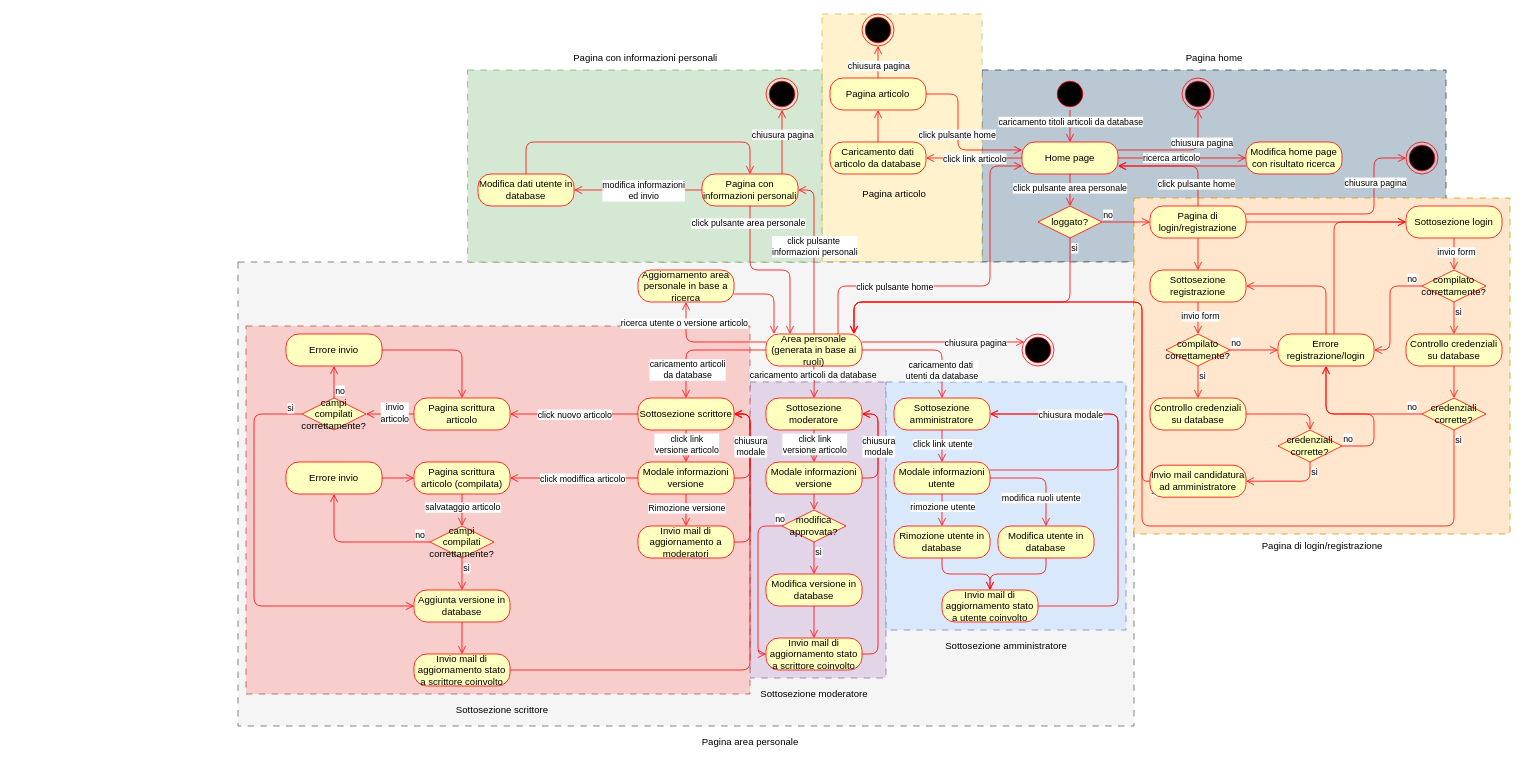
The draw.io diagram docs/UML/wikistudenti_stato.drawio in LucaAvveduto/5C_WikiStudenti_Avveduto_Barani_Brambilla_Cecire, before the edit. Source tidied: cells renumbered, new cells numbered last; positions are measured from the earlier drawing's top-left corner, leaving out a move shared by most shapes. Both pictures are drawn from the tidied source at 80%, with x=0, y=0 at pixel (238, 14).
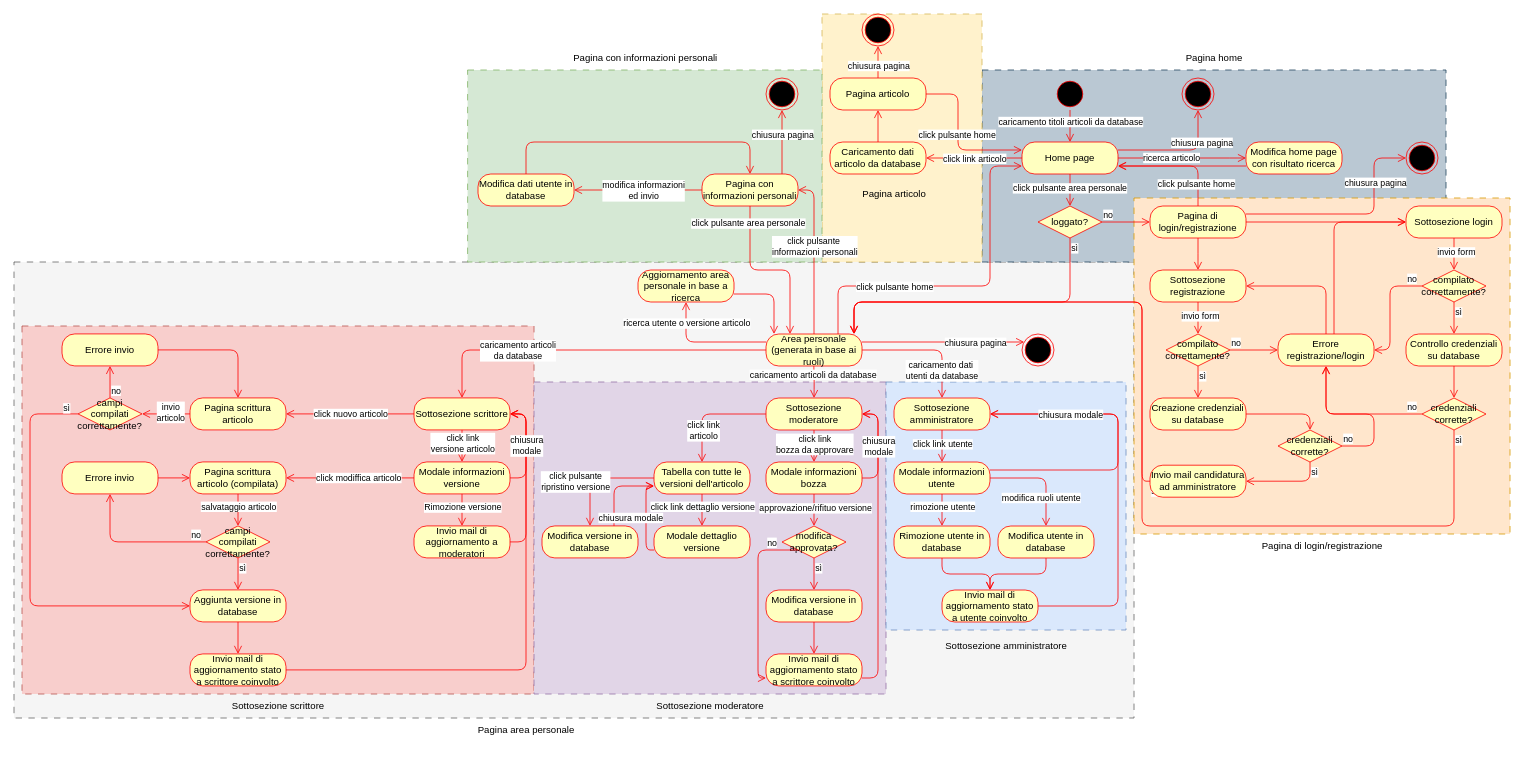
The same page after the edit.

Unchanged cells that the change refers to:
```xml
<mxCell id="62" value="Area personale (generata in base ai ruoli)" style="rounded=1;whiteSpace=wrap;html=1;arcSize=40;fontColor=#000000;fillColor=#ffffc0;strokeColor=#ff0000;" parent="1" vertex="1">
  <mxGeometry x="660" y="400" width="120" height="40" as="geometry" />
</mxCell>
<mxCell id="69" value="Sottosezione moderatore" style="rounded=1;whiteSpace=wrap;html=1;arcSize=40;fontColor=#000000;fillColor=#ffffc0;strokeColor=#ff0000;" parent="1" vertex="1">
  <mxGeometry x="660" y="480" width="120" height="40" as="geometry" />
</mxCell>
<mxCell id="90" style="edgeStyle=orthogonalEdgeStyle;html=1;verticalAlign=bottom;endArrow=open;endSize=8;strokeColor=#ff0000;" parent="1" edge="1" source="69" target="89">
  <mxGeometry relative="1" as="geometry" />
</mxCell>
<mxCell id="99" style="edgeStyle=orthogonalEdgeStyle;html=1;verticalAlign=bottom;endArrow=open;endSize=8;strokeColor=#ff0000;" parent="1" edge="1" source="62" target="98">
  <mxGeometry relative="1" as="geometry">
    <Array as="points">
      <mxPoint x="560" y="410" />
    </Array>
  </mxGeometry>
</mxCell>
<mxCell id="118" style="edgeStyle=orthogonalEdgeStyle;html=1;align=left;verticalAlign=top;endArrow=open;endSize=8;strokeColor=#ff0000;" parent="1" edge="1" source="89" target="115">
  <mxGeometry x="-1" relative="1" as="geometry" />
</mxCell>
```

Change to the diagram source:
```diff
@@
+    <mxCell id="4" style="rounded=0;whiteSpace=wrap;html=1;fillColor=#f5f5f5;strokeColor=#666666;dashed=1;dashPattern=8 8;fontColor=#333333;" parent="1" vertex="1">
+      <mxGeometry x="-280" y="310" width="1400" height="570" as="geometry" />
+    </mxCell>
+    <mxCell id="171" style="rounded=0;whiteSpace=wrap;html=1;fillColor=#f8cecc;strokeColor=#b85450;dashed=1;dashPattern=8 8;" parent="1" vertex="1">
+      <mxGeometry x="-270" y="390" width="640" height="460" as="geometry" />
+    </mxCell>
@@
-    <mxCell id="4" style="rounded=0;whiteSpace=wrap;html=1;fillColor=#f5f5f5;strokeColor=#666666;dashed=1;dashPattern=8 8;fontColor=#333333;" parent="1" vertex="1">
-      <mxGeometry y="310" width="1120" height="580" as="geometry" />
-    </mxCell>
@@
     <mxCell id="6" style="rounded=0;whiteSpace=wrap;html=1;fillColor=#e1d5e7;strokeColor=#9673a6;dashed=1;dashPattern=8 8;" parent="1" vertex="1">
-      <mxGeometry x="640" y="460" width="170" height="370" as="geometry" />
+      <mxGeometry x="370" y="460" width="440" height="390" as="geometry" />
     </mxCell>
-    <mxCell id="7" style="rounded=0;whiteSpace=wrap;html=1;fillColor=#f8cecc;strokeColor=#b85450;dashed=1;dashPattern=8 8;" parent="1" vertex="1">
-      <mxGeometry x="10" y="390" width="630" height="460" as="geometry" />
-    </mxCell>
@@
-    <mxCell id="33" value="Controllo credenziali su database" style="rounded=1;whiteSpace=wrap;html=1;arcSize=40;fontColor=#000000;fillColor=#ffffc0;strokeColor=#ff0000;" parent="1" vertex="1">
+    <mxCell id="33" value="Creazione credenziali su database" style="rounded=1;whiteSpace=wrap;html=1;arcSize=40;fontColor=#000000;fillColor=#ffffc0;strokeColor=#ff0000;" parent="1" vertex="1">
       <mxGeometry x="1140" y="480" width="120" height="40" as="geometry" />
     </mxCell>
@@
     <mxCell id="65" style="edgeStyle=orthogonalEdgeStyle;html=1;verticalAlign=bottom;endArrow=open;endSize=8;strokeColor=#ff0000;" parent="1" edge="1" source="62" target="71">
       <mxGeometry relative="1" as="geometry">
         <Array as="points">
-          <mxPoint x="560" y="420" />
+          <mxPoint x="280" y="420" />
         </Array>
       </mxGeometry>
     </mxCell>
     <mxCell id="66" value="&lt;span style=&quot;color: rgb(0, 0, 0);&quot;&gt;caricamento articoli&lt;/span&gt;&lt;div&gt;&lt;span style=&quot;color: rgb(0, 0, 0);&quot;&gt;da database&lt;/span&gt;&lt;/div&gt;" style="edgeLabel;html=1;align=center;verticalAlign=middle;" parent="65" vertex="1">
-      <mxGeometry x="0.55" y="1" relative="1" as="geometry" />
+      <mxGeometry x="0.55" y="1" relative="1" as="geometry">
+        <mxPoint x="30" y="-1" as="offset" />
+      </mxGeometry>
     </mxCell>
@@
     <mxCell id="71" value="Sottosezione scrittore" style="rounded=1;whiteSpace=wrap;html=1;arcSize=40;fontColor=#000000;fillColor=#ffffc0;strokeColor=#ff0000;" parent="1" vertex="1">
-      <mxGeometry x="500" y="480" width="120" height="40" as="geometry" />
+      <mxGeometry x="220" y="479.9" width="120" height="40" as="geometry" />
     </mxCell>
@@
-    <mxCell id="89" value="Modale informazioni versione" style="rounded=1;whiteSpace=wrap;html=1;arcSize=40;fontColor=#000000;fillColor=#ffffc0;strokeColor=#ff0000;" parent="1" vertex="1">
+    <mxCell id="89" value="Modale informazioni bozza" style="rounded=1;whiteSpace=wrap;html=1;arcSize=40;fontColor=#000000;fillColor=#ffffc0;strokeColor=#ff0000;" parent="1" vertex="1">
       <mxGeometry x="660" y="560" width="120" height="40" as="geometry" />
     </mxCell>
@@
-    <mxCell id="91" value="click link&lt;div&gt;versione articolo&lt;/div&gt;" style="edgeLabel;html=1;align=center;verticalAlign=middle;" parent="90" vertex="1">
+    <mxCell id="91" value="click link&lt;div&gt;bozza da approvare&lt;/div&gt;" style="edgeLabel;html=1;align=center;verticalAlign=middle;" parent="90" vertex="1">
       <mxGeometry x="-0.48" y="-2" relative="1" as="geometry">
         <mxPoint x="2" y="7" as="offset" />
       </mxGeometry>
     </mxCell>
     <mxCell id="92" value="Invio mail di aggiornamento stato a scrittore coinvolto" style="rounded=1;whiteSpace=wrap;html=1;arcSize=40;fontColor=#000000;fillColor=#ffffc0;strokeColor=#ff0000;" parent="1" vertex="1">
-      <mxGeometry x="660" y="780" width="120" height="40" as="geometry" />
+      <mxGeometry x="660" y="799.9" width="120" height="40" as="geometry" />
     </mxCell>
     <mxCell id="93" value="Modifica versione in database" style="rounded=1;whiteSpace=wrap;html=1;arcSize=40;fontColor=#000000;fillColor=#ffffc0;strokeColor=#ff0000;" parent="1" vertex="1">
-      <mxGeometry x="660" y="700" width="120" height="40" as="geometry" />
+      <mxGeometry x="660" y="720" width="120" height="40" as="geometry" />
     </mxCell>
@@
     <mxCell id="95" style="edgeStyle=orthogonalEdgeStyle;html=1;verticalAlign=bottom;endArrow=open;endSize=8;strokeColor=#ff0000;" parent="1" edge="1" source="92" target="69">
       <mxGeometry relative="1" as="geometry">
         <Array as="points">
-          <mxPoint x="800" y="800" />
+          <mxPoint x="800" y="830" />
           <mxPoint x="800" y="500" />
         </Array>
       </mxGeometry>
     </mxCell>
@@
     <mxCell id="100" value="ricerca utente o versione articolo" style="edgeLabel;html=1;align=center;verticalAlign=middle;" parent="99" vertex="1">
-      <mxGeometry x="0.65" y="3" relative="1" as="geometry" />
+      <mxGeometry x="0.65" y="3" relative="1" as="geometry">
+        <mxPoint x="3" as="offset" />
+      </mxGeometry>
     </mxCell>
@@
     <mxCell id="102" value="Pagina scrittura articolo" style="rounded=1;whiteSpace=wrap;html=1;arcSize=40;fontColor=#000000;fillColor=#ffffc0;strokeColor=#ff0000;" parent="1" vertex="1">
-      <mxGeometry x="220" y="480" width="120" height="40" as="geometry" />
+      <mxGeometry x="-60" y="479.9" width="120" height="40" as="geometry" />
     </mxCell>
@@
     <mxCell id="105" value="&lt;span style=&quot;color: rgb(0, 0, 0);&quot;&gt;Modale informazioni versione&lt;/span&gt;" style="rounded=1;whiteSpace=wrap;html=1;arcSize=40;fontColor=#000000;fillColor=#ffffc0;strokeColor=#ff0000;" parent="1" vertex="1">
-      <mxGeometry x="500" y="560" width="120" height="40" as="geometry" />
+      <mxGeometry x="220" y="559.9" width="120" height="40" as="geometry" />
     </mxCell>
@@
     <mxCell id="112" value="Invio mail di aggiornamento a moderatori" style="rounded=1;whiteSpace=wrap;html=1;arcSize=40;fontColor=#000000;fillColor=#ffffc0;strokeColor=#ff0000;" parent="1" vertex="1">
-      <mxGeometry x="500" y="640" width="120" height="40" as="geometry" />
+      <mxGeometry x="220" y="639.9" width="120" height="40" as="geometry" />
     </mxCell>
     <mxCell id="113" style="edgeStyle=orthogonalEdgeStyle;html=1;verticalAlign=bottom;endArrow=open;endSize=8;strokeColor=#ff0000;" parent="1" edge="1" source="112">
       <mxGeometry relative="1" as="geometry">
-        <mxPoint x="620" y="500" as="targetPoint" />
+        <mxPoint x="340" y="499.9" as="targetPoint" />
         <Array as="points">
-          <mxPoint x="640" y="660" />
-          <mxPoint x="640" y="500" />
+          <mxPoint x="360" y="659.9" />
+          <mxPoint x="360" y="499.9" />
         </Array>
       </mxGeometry>
     </mxCell>
     <mxCell id="114" style="edgeStyle=orthogonalEdgeStyle;html=1;verticalAlign=bottom;endArrow=open;endSize=8;strokeColor=#ff0000;" parent="1" edge="1" source="105" target="71">
       <mxGeometry relative="1" as="geometry">
         <Array as="points">
-          <mxPoint x="640" y="580" />
-          <mxPoint x="640" y="500" />
+          <mxPoint x="360" y="579.9" />
+          <mxPoint x="360" y="499.9" />
         </Array>
       </mxGeometry>
     </mxCell>
     <mxCell id="115" value="modifica&lt;div&gt;approvata?&lt;/div&gt;" style="rhombus;whiteSpace=wrap;html=1;fontColor=#000000;fillColor=#ffffc0;strokeColor=#ff0000;" parent="1" vertex="1">
-      <mxGeometry x="680" y="620" width="80" height="40" as="geometry" />
+      <mxGeometry x="680" y="640" width="80" height="40" as="geometry" />
     </mxCell>
     <mxCell id="116" value="no" style="edgeStyle=orthogonalEdgeStyle;html=1;align=left;verticalAlign=bottom;endArrow=open;endSize=8;strokeColor=#ff0000;" parent="1" edge="1" source="115" target="92">
-      <mxGeometry x="-0.9" relative="1" as="geometry">
+      <mxGeometry x="-0.64" relative="1" as="geometry">
         <Array as="points">
-          <mxPoint x="650" y="640" />
-          <mxPoint x="650" y="800" />
+          <mxPoint x="650" y="670" />
+          <mxPoint x="650" y="830" />
         </Array>
       </mxGeometry>
     </mxCell>
@@
+    <mxCell id="172" value="approvazione/rifituo versione" style="edgeLabel;html=1;align=center;verticalAlign=middle;" parent="118" vertex="1">
+      <mxGeometry x="-0.16" y="1" relative="1" as="geometry" />
+    </mxCell>
     <mxCell id="119" value="Pagina scrittura articolo (compilata)" style="rounded=1;whiteSpace=wrap;html=1;arcSize=40;fontColor=#000000;fillColor=#ffffc0;strokeColor=#ff0000;" parent="1" vertex="1">
-      <mxGeometry x="220" y="560" width="120" height="40" as="geometry" />
+      <mxGeometry x="-60" y="559.9" width="120" height="40" as="geometry" />
     </mxCell>
     <mxCell id="120" value="campi compilati correttamente?" style="rhombus;whiteSpace=wrap;html=1;fontColor=#000000;fillColor=#ffffc0;strokeColor=#ff0000;" parent="1" vertex="1">
-      <mxGeometry x="240" y="640" width="80" height="40" as="geometry" />
+      <mxGeometry x="-40" y="639.9" width="80" height="40" as="geometry" />
     </mxCell>
@@
     <mxCell id="127" value="Aggiunta versione in database" style="rounded=1;whiteSpace=wrap;html=1;arcSize=40;fontColor=#000000;fillColor=#ffffc0;strokeColor=#ff0000;" parent="1" vertex="1">
-      <mxGeometry x="220" y="720" width="120" height="40" as="geometry" />
+      <mxGeometry x="-60" y="719.9" width="120" height="40" as="geometry" />
     </mxCell>
     <mxCell id="128" value="&lt;span style=&quot;color: rgb(0, 0, 0);&quot;&gt;campi compilati correttamente?&lt;/span&gt;" style="rhombus;whiteSpace=wrap;html=1;fontColor=#000000;fillColor=#ffffc0;strokeColor=#ff0000;" parent="1" vertex="1">
-      <mxGeometry x="80" y="480" width="80" height="40" as="geometry" />
+      <mxGeometry x="-200" y="479.9" width="80" height="40" as="geometry" />
     </mxCell>
@@
     <mxCell id="130" value="sì" style="edgeStyle=orthogonalEdgeStyle;html=1;align=left;verticalAlign=top;endArrow=open;endSize=8;strokeColor=#ff0000;" parent="1" edge="1" source="128" target="127">
       <mxGeometry x="-0.92" y="-20" relative="1" as="geometry">
         <Array as="points">
-          <mxPoint x="20" y="500" />
-          <mxPoint x="20" y="740" />
+          <mxPoint x="-260" y="499.9" />
+          <mxPoint x="-260" y="739.9" />
         </Array>
       </mxGeometry>
     </mxCell>
     <mxCell id="131" value="Errore invio" style="rounded=1;whiteSpace=wrap;html=1;arcSize=40;fontColor=#000000;fillColor=#ffffc0;strokeColor=#ff0000;" parent="1" vertex="1">
-      <mxGeometry x="60" y="560" width="120" height="40" as="geometry" />
+      <mxGeometry x="-220" y="559.9" width="120" height="40" as="geometry" />
     </mxCell>
@@
     <mxCell id="133" value="Errore invio" style="rounded=1;whiteSpace=wrap;html=1;arcSize=40;fontColor=#000000;fillColor=#ffffc0;strokeColor=#ff0000;" parent="1" vertex="1">
-      <mxGeometry x="60" y="400" width="120" height="40" as="geometry" />
+      <mxGeometry x="-220" y="399.9" width="120" height="40" as="geometry" />
     </mxCell>
@@
     <mxCell id="135" value="Invio mail di aggiornamento stato a scrittore coinvolto" style="rounded=1;whiteSpace=wrap;html=1;arcSize=40;fontColor=#000000;fillColor=#ffffc0;strokeColor=#ff0000;" parent="1" vertex="1">
-      <mxGeometry x="220" y="800" width="120" height="40" as="geometry" />
+      <mxGeometry x="-60" y="799.9" width="120" height="40" as="geometry" />
     </mxCell>
@@
     <mxCell id="137" style="edgeStyle=orthogonalEdgeStyle;html=1;verticalAlign=bottom;endArrow=open;endSize=8;strokeColor=#ff0000;" parent="1" edge="1" source="135" target="71">
       <mxGeometry relative="1" as="geometry">
         <Array as="points">
-          <mxPoint x="640" y="820" />
-          <mxPoint x="640" y="500" />
+          <mxPoint x="360" y="819.9" />
+          <mxPoint x="360" y="499.9" />
         </Array>
       </mxGeometry>
     </mxCell>
     <mxCell id="138" value="chiusura&lt;div&gt;modale&lt;/div&gt;" style="edgeLabel;html=1;align=center;verticalAlign=middle;" parent="1" vertex="1">
-      <mxGeometry x="640" y="540" as="geometry" />
+      <mxGeometry x="360" y="539.9" as="geometry" />
     </mxCell>
@@
     <mxCell id="165" value="&lt;div&gt;Sottosezione scrittore&lt;/div&gt;" style="text;html=1;align=center;verticalAlign=middle;strokeColor=none;fillColor=none;" parent="1" vertex="1">
-      <mxGeometry x="260" y="855" width="140" height="30" as="geometry" />
+      <mxGeometry x="-20" y="850" width="140" height="30" as="geometry" />
     </mxCell>
     <mxCell id="166" value="&lt;div&gt;&lt;font color=&quot;#000000&quot;&gt;S&lt;/font&gt;ottosezione moderatore&lt;/div&gt;" style="text;html=1;align=center;verticalAlign=middle;strokeColor=none;fillColor=none;" parent="1" vertex="1">
-      <mxGeometry x="640" y="835" width="160" height="30" as="geometry" />
+      <mxGeometry x="510" y="850" width="160" height="30" as="geometry" />
     </mxCell>
@@
     <mxCell id="170" value="Pagina area personale" style="text;html=1;align=center;verticalAlign=middle;strokeColor=none;fillColor=none;" parent="1" vertex="1">
-      <mxGeometry x="570" y="895" width="140" height="30" as="geometry" />
+      <mxGeometry x="290" y="880" width="140" height="30" as="geometry" />
     </mxCell>
+    <mxCell id="173" value="Tabella con tutte le versioni dell'articolo" style="rounded=1;whiteSpace=wrap;html=1;arcSize=40;fontColor=#000000;fillColor=#ffffc0;strokeColor=#ff0000;" parent="1" vertex="1">
+      <mxGeometry x="520" y="560" width="120" height="40" as="geometry" />
+    </mxCell>
+    <mxCell id="174" style="edgeStyle=orthogonalEdgeStyle;html=1;verticalAlign=bottom;endArrow=open;endSize=8;strokeColor=#ff0000;" parent="1" edge="1" source="69" target="173">
+      <mxGeometry relative="1" as="geometry" />
+    </mxCell>
+    <mxCell id="175" value="click link&lt;div&gt;articolo&lt;/div&gt;" style="edgeLabel;html=1;align=center;verticalAlign=middle;" parent="174" vertex="1">
+      <mxGeometry x="-0.48" y="-2" relative="1" as="geometry">
+        <mxPoint x="-43" y="22" as="offset" />
+      </mxGeometry>
+    </mxCell>
+    <mxCell id="176" value="Modale dettaglio versione" style="rounded=1;whiteSpace=wrap;html=1;arcSize=40;fontColor=#000000;fillColor=#ffffc0;strokeColor=#ff0000;" parent="1" vertex="1">
+      <mxGeometry x="520" y="639.9" width="120" height="40" as="geometry" />
+    </mxCell>
+    <mxCell id="177" style="edgeStyle=orthogonalEdgeStyle;html=1;align=left;verticalAlign=top;endArrow=open;endSize=8;strokeColor=#ff0000;" parent="1" edge="1" source="173" target="176">
+      <mxGeometry x="-1" relative="1" as="geometry" />
+    </mxCell>
+    <mxCell id="178" value="click link dettaglio versione" style="edgeLabel;html=1;align=center;verticalAlign=middle;" parent="177" vertex="1">
+      <mxGeometry x="0.1" y="-2" relative="1" as="geometry">
+        <mxPoint x="2" y="-7" as="offset" />
+      </mxGeometry>
+    </mxCell>
+    <mxCell id="179" style="edgeStyle=orthogonalEdgeStyle;html=1;align=left;verticalAlign=top;endArrow=open;endSize=8;strokeColor=#ff0000;" parent="1" edge="1" source="176" target="173">
+      <mxGeometry x="-1" relative="1" as="geometry">
+        <Array as="points">
+          <mxPoint x="510" y="670" />
+          <mxPoint x="510" y="590" />
+        </Array>
+      </mxGeometry>
+    </mxCell>
+    <mxCell id="180" value="Modifica versione in database" style="rounded=1;whiteSpace=wrap;html=1;arcSize=40;fontColor=#000000;fillColor=#ffffc0;strokeColor=#ff0000;" parent="1" vertex="1">
+      <mxGeometry x="380" y="639.9" width="120" height="40" as="geometry" />
+    </mxCell>
+    <mxCell id="181" style="edgeStyle=orthogonalEdgeStyle;html=1;align=left;verticalAlign=top;endArrow=open;endSize=8;strokeColor=#ff0000;" parent="1" edge="1" source="180" target="173">
+      <mxGeometry x="-1" relative="1" as="geometry">
+        <Array as="points">
+          <mxPoint x="470" y="590" />
+        </Array>
+      </mxGeometry>
+    </mxCell>
+    <mxCell id="182" value="&lt;span style=&quot;color: rgb(0, 0, 0);&quot;&gt;chiusura modale&lt;/span&gt;" style="edgeLabel;html=1;align=center;verticalAlign=middle;" parent="181" vertex="1">
+      <mxGeometry x="-0.08" y="1" relative="1" as="geometry">
+        <mxPoint x="21" y="36" as="offset" />
+      </mxGeometry>
+    </mxCell>
+    <mxCell id="183" style="edgeStyle=orthogonalEdgeStyle;html=1;verticalAlign=bottom;endArrow=open;endSize=8;strokeColor=#ff0000;" parent="1" edge="1" source="173" target="180">
+      <mxGeometry relative="1" as="geometry" />
+    </mxCell>
+    <mxCell id="184" value="click pulsante&lt;div&gt;ripristino versione&lt;/div&gt;" style="edgeLabel;html=1;align=center;verticalAlign=middle;" parent="183" vertex="1">
+      <mxGeometry x="-0.48" y="-2" relative="1" as="geometry">
+        <mxPoint x="-63" y="6" as="offset" />
+      </mxGeometry>
+    </mxCell>
```
